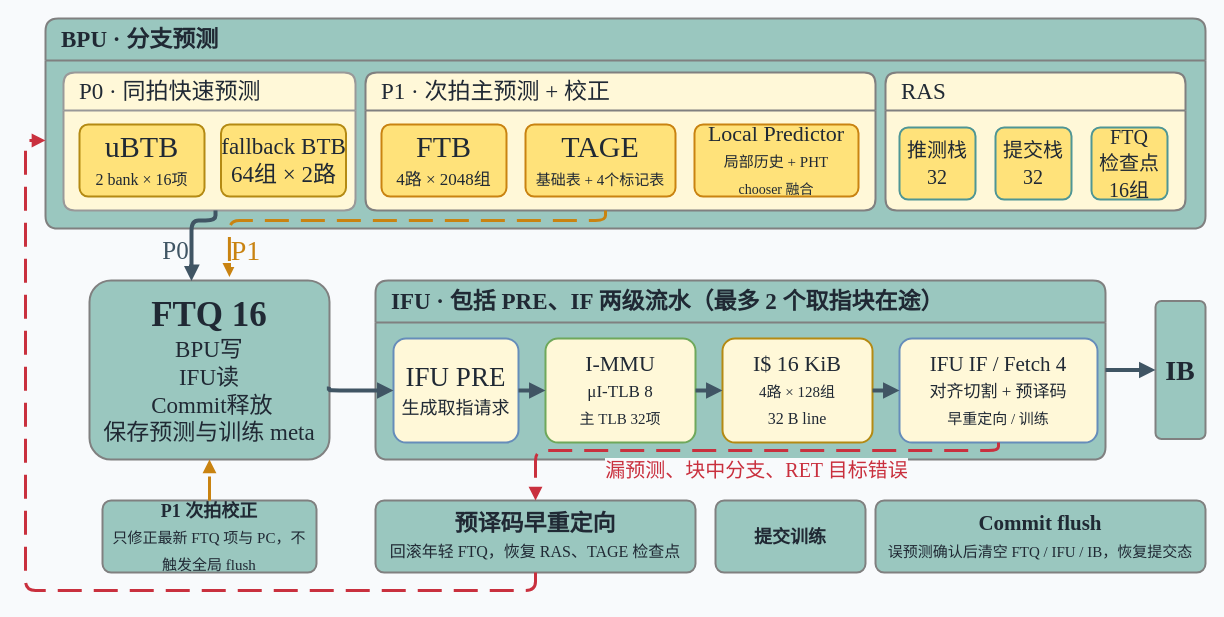
Before: assets/drawio/frontend.drawio in 26nscscc-HITSZ-PleaseTypeText/PTT-ppt, a draw.io diagram. Source tidied: cells renumbered, new cells numbered last; positions are measured from the earlier drawing's top-left corner, leaving out a move shared by most shapes. Both pictures are drawn from the tidied source at 100%, with x=0, y=0 at pixel (25, 18).
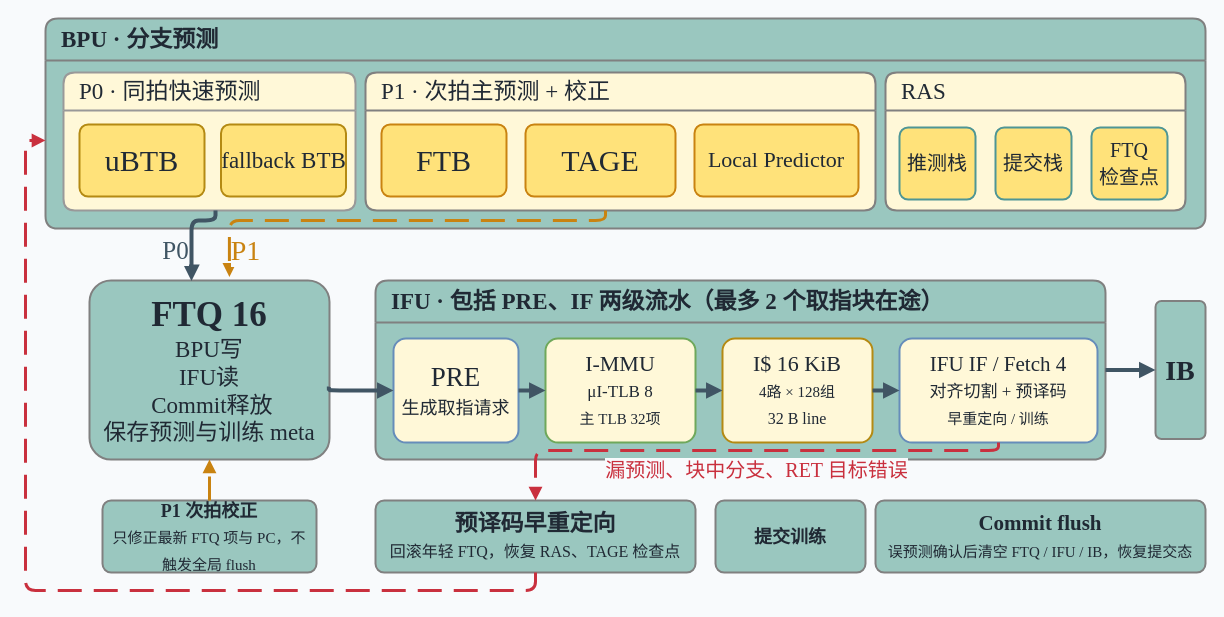
Above is the later version.

The change refers to these unchanged cells:
```xml
<mxCell id="3" value="P0 · 同拍快速预测" style="swimlane;horizontal=1;rounded=1;arcSize=10;html=1;startSize=38;fillColor=#FFF8D8;swimlaneFillColor=#FFF8D8;strokeColor=#999999;strokeWidth=2;fontColor=#202934;fontSize=23;fontFamily=Garamond;fontStyle=0;align=left;spacingLeft=14;verticalAlign=middle;gradientColor=none;" parent="2" vertex="1">
  <mxGeometry x="18" y="54" width="292" height="138" as="geometry" />
</mxCell>
<mxCell id="6" value="P1 · 次拍主预测 + 校正" style="swimlane;horizontal=1;rounded=1;arcSize=10;html=1;startSize=38;fillColor=#FFF8D8;swimlaneFillColor=#FFF8D8;strokeColor=#808080;strokeWidth=2;fontColor=#202934;fontSize=23;fontFamily=Garamond;fontStyle=0;align=left;spacingLeft=14;verticalAlign=middle;" parent="2" vertex="1">
  <mxGeometry x="320" y="54" width="510" height="138" as="geometry" />
</mxCell>
<mxCell id="10" value="RAS" style="swimlane;horizontal=1;rounded=1;arcSize=10;html=1;startSize=38;fillColor=#FFF8D8;swimlaneFillColor=#FFF8D8;strokeColor=#808080;strokeWidth=2;fontColor=#202934;fontSize=23;fontFamily=Garamond;fontStyle=0;align=left;spacingLeft=14;verticalAlign=middle;" parent="2" vertex="1">
  <mxGeometry x="840" y="54" width="300" height="138" as="geometry" />
</mxCell>
<mxCell id="15" value="&lt;b&gt;IFU · 包括 PRE、IF 两级流水（最多 2 个取指块在途）&lt;/b&gt;" style="swimlane;horizontal=1;rounded=1;arcSize=10;html=1;startSize=42;fillColor=#9AC7BF;swimlaneFillColor=#9AC7BF;strokeColor=#808080;strokeWidth=2;fontColor=#202934;fontSize=23;fontFamily=Garamond;fontStyle=0;align=left;spacingLeft=14;verticalAlign=middle;" parent="1" vertex="1">
  <mxGeometry x="350" y="262" width="730" height="179" as="geometry" />
</mxCell>
```

The edit, as a diff of the source:
```diff
@@
-    <mxCell id="4" value="&lt;div&gt;&lt;span style=&quot;&quot;&gt;&lt;font style=&quot;font-size: 30px;&quot;&gt;uBTB&lt;/font&gt;&lt;/span&gt;&lt;br&gt;&lt;span style=&quot;&quot;&gt;&lt;font style=&quot;font-size: 16px;&quot;&gt;2 bank × 16项&lt;/font&gt;&lt;/span&gt;&lt;/div&gt;" style="rounded=1;arcSize=12;whiteSpace=wrap;html=1;fillColor=#FFE27A;strokeColor=#B48A13;strokeWidth=2;fontColor=#202934;fontSize=22;fontFamily=Garamond;fontStyle=0;align=center;verticalAlign=middle;spacing=8;" parent="3" vertex="1">
+    <mxCell id="4" value="&lt;span style=&quot;&quot;&gt;&lt;font style=&quot;font-size: 30px;&quot;&gt;uBTB&lt;/font&gt;&lt;/span&gt;" style="rounded=1;arcSize=12;whiteSpace=wrap;html=1;fillColor=#FFE27A;strokeColor=#B48A13;strokeWidth=2;fontColor=#202934;fontSize=22;fontFamily=Garamond;fontStyle=0;align=center;verticalAlign=middle;spacing=8;" parent="3" vertex="1">
       <mxGeometry x="16" y="52" width="125" height="72" as="geometry" />
     </mxCell>
-    <mxCell id="5" value="&lt;div&gt;&lt;font style=&quot;font-size: 23px;&quot;&gt;&lt;span style=&quot;&quot;&gt;fallback&amp;nbsp;&lt;/span&gt;&lt;span style=&quot;background-color: transparent; color: light-dark(rgb(32, 41, 52), rgb(196, 204, 214));&quot;&gt;BTB&lt;/span&gt;&lt;/font&gt;&lt;/div&gt;&lt;div&gt;&lt;span style=&quot;&quot;&gt;&lt;font style=&quot;font-size: 23px;&quot;&gt;64组 × 2路&lt;/font&gt;&lt;/span&gt;&lt;/div&gt;" style="rounded=1;arcSize=12;whiteSpace=wrap;html=1;fillColor=#FFE27A;strokeColor=#B48A13;strokeWidth=2;fontColor=#202934;fontSize=22;fontFamily=Garamond;fontStyle=0;align=center;verticalAlign=middle;spacing=8;" parent="3" vertex="1">
+    <mxCell id="5" value="&lt;div&gt;&lt;font style=&quot;font-size: 23px;&quot;&gt;&lt;span style=&quot;&quot;&gt;fallback&amp;nbsp;&lt;/span&gt;&lt;span style=&quot;background-color: transparent; color: light-dark(rgb(32, 41, 52), rgb(196, 204, 214));&quot;&gt;BTB&lt;/span&gt;&lt;/font&gt;&lt;/div&gt;" style="rounded=1;arcSize=12;whiteSpace=wrap;html=1;fillColor=#FFE27A;strokeColor=#B48A13;strokeWidth=2;fontColor=#202934;fontSize=22;fontFamily=Garamond;fontStyle=0;align=center;verticalAlign=middle;spacing=8;" parent="3" vertex="1">
       <mxGeometry x="157.5" y="52" width="125" height="72" as="geometry" />
     </mxCell>
@@
-    <mxCell id="7" value="&lt;div&gt;&lt;span style=&quot;&quot;&gt;&lt;font style=&quot;font-size: 30px;&quot;&gt;FTB&lt;/font&gt;&lt;/span&gt;&lt;br&gt;&lt;span style=&quot;&quot;&gt;&lt;font style=&quot;font-size: 17px;&quot;&gt;4路 × 2048组&lt;/font&gt;&lt;/span&gt;&lt;/div&gt;" style="rounded=1;arcSize=12;whiteSpace=wrap;html=1;fillColor=#FFE27A;strokeColor=#C98311;strokeWidth=2;fontColor=#202934;fontSize=22;fontFamily=Garamond;fontStyle=0;align=center;verticalAlign=middle;spacing=8;" parent="6" vertex="1">
+    <mxCell id="7" value="&lt;span style=&quot;&quot;&gt;&lt;font style=&quot;font-size: 30px;&quot;&gt;FTB&lt;/font&gt;&lt;/span&gt;" style="rounded=1;arcSize=12;whiteSpace=wrap;html=1;fillColor=#FFE27A;strokeColor=#C98311;strokeWidth=2;fontColor=#202934;fontSize=22;fontFamily=Garamond;fontStyle=0;align=center;verticalAlign=middle;spacing=8;" parent="6" vertex="1">
       <mxGeometry x="16" y="52" width="125" height="72" as="geometry" />
     </mxCell>
-    <mxCell id="8" value="&lt;span style=&quot;&quot;&gt;&lt;font style=&quot;font-size: 30px;&quot;&gt;TAGE&lt;/font&gt;&lt;/span&gt;&lt;br&gt;&lt;span style=&quot;&quot;&gt;&lt;font style=&quot;font-size: 15px;&quot;&gt;基础表 + 4个标记表&lt;/font&gt;&lt;/span&gt;" style="rounded=1;arcSize=12;whiteSpace=wrap;html=1;fillColor=#FFE27A;strokeColor=#C98311;strokeWidth=2;fontColor=#202934;fontSize=22;fontFamily=Garamond;fontStyle=0;align=center;verticalAlign=middle;spacing=8;" parent="6" vertex="1">
+    <mxCell id="8" value="&lt;span style=&quot;&quot;&gt;&lt;font style=&quot;font-size: 30px;&quot;&gt;TAGE&lt;/font&gt;&lt;/span&gt;" style="rounded=1;arcSize=12;whiteSpace=wrap;html=1;fillColor=#FFE27A;strokeColor=#C98311;strokeWidth=2;fontColor=#202934;fontSize=22;fontFamily=Garamond;fontStyle=0;align=center;verticalAlign=middle;spacing=8;" parent="6" vertex="1">
       <mxGeometry x="160" y="52" width="150" height="72" as="geometry" />
     </mxCell>
-    <mxCell id="9" value="&lt;div&gt;&lt;span style=&quot;&quot;&gt;&lt;font&gt;Local Predictor&lt;/font&gt;&lt;/span&gt;&lt;br&gt;&lt;span style=&quot;font-size: 15px;&quot;&gt;局部历史 + PHT&lt;/span&gt;&lt;/div&gt;&lt;div&gt;&lt;span style=&quot;font-size: 14px;&quot;&gt;chooser 融合&lt;/span&gt;&lt;/div&gt;" style="rounded=1;arcSize=12;whiteSpace=wrap;html=1;fillColor=#FFE27A;strokeColor=#C98311;strokeWidth=2;fontColor=#202934;fontSize=22;fontFamily=Garamond;fontStyle=0;align=center;verticalAlign=middle;spacing=8;" parent="6" vertex="1">
+    <mxCell id="9" value="&lt;span style=&quot;&quot;&gt;&lt;font&gt;Local Predictor&lt;/font&gt;&lt;/span&gt;" style="rounded=1;arcSize=12;whiteSpace=wrap;html=1;fillColor=#FFE27A;strokeColor=#C98311;strokeWidth=2;fontColor=#202934;fontSize=22;fontFamily=Garamond;fontStyle=0;align=center;verticalAlign=middle;spacing=8;" parent="6" vertex="1">
       <mxGeometry x="329" y="52" width="164" height="72" as="geometry" />
     </mxCell>
@@
-    <mxCell id="11" value="&lt;div&gt;&lt;font style=&quot;font-size: 20px;&quot;&gt;&lt;span style=&quot;&quot;&gt;推测栈&lt;/span&gt;&lt;br&gt;&lt;span style=&quot;&quot;&gt;32&lt;/span&gt;&lt;/font&gt;&lt;/div&gt;" style="rounded=1;arcSize=12;whiteSpace=wrap;html=1;fillColor=#FFE27A;strokeColor=#4F9695;strokeWidth=2;fontColor=#202934;fontSize=22;fontFamily=Garamond;fontStyle=0;align=center;verticalAlign=middle;spacing=8;" parent="10" vertex="1">
+    <mxCell id="11" value="&lt;font style=&quot;font-size: 20px;&quot;&gt;&lt;span style=&quot;&quot;&gt;推测栈&lt;/span&gt;&lt;br&gt;&lt;/font&gt;" style="rounded=1;arcSize=12;whiteSpace=wrap;html=1;fillColor=#FFE27A;strokeColor=#4F9695;strokeWidth=2;fontColor=#202934;fontSize=22;fontFamily=Garamond;fontStyle=0;align=center;verticalAlign=middle;spacing=8;" parent="10" vertex="1">
       <mxGeometry x="14" y="55" width="76" height="72" as="geometry" />
     </mxCell>
-    <mxCell id="12" value="&lt;div&gt;&lt;font style=&quot;font-size: 20px;&quot;&gt;&lt;span style=&quot;&quot;&gt;提交栈&lt;/span&gt;&lt;br&gt;&lt;span style=&quot;&quot;&gt;32&lt;/span&gt;&lt;/font&gt;&lt;/div&gt;" style="rounded=1;arcSize=12;whiteSpace=wrap;html=1;fillColor=#FFE27A;strokeColor=#4F9695;strokeWidth=2;fontColor=#202934;fontSize=22;fontFamily=Garamond;fontStyle=0;align=center;verticalAlign=middle;spacing=8;" parent="10" vertex="1">
+    <mxCell id="12" value="&lt;font style=&quot;font-size: 20px;&quot;&gt;&lt;span style=&quot;&quot;&gt;提交栈&lt;/span&gt;&lt;br&gt;&lt;/font&gt;" style="rounded=1;arcSize=12;whiteSpace=wrap;html=1;fillColor=#FFE27A;strokeColor=#4F9695;strokeWidth=2;fontColor=#202934;fontSize=22;fontFamily=Garamond;fontStyle=0;align=center;verticalAlign=middle;spacing=8;" parent="10" vertex="1">
       <mxGeometry x="110" y="55" width="76" height="72" as="geometry" />
     </mxCell>
-    <mxCell id="13" value="&lt;div&gt;&lt;font style=&quot;font-size: 20px;&quot;&gt;&lt;span style=&quot;&quot;&gt;FTQ&lt;/span&gt;&lt;br&gt;&lt;span style=&quot;&quot;&gt;检查点 16组&lt;/span&gt;&lt;/font&gt;&lt;/div&gt;" style="rounded=1;arcSize=12;whiteSpace=wrap;html=1;fillColor=#FFE27A;strokeColor=#4F9695;strokeWidth=2;fontColor=#202934;fontSize=22;fontFamily=Garamond;fontStyle=0;align=center;verticalAlign=middle;spacing=8;" parent="10" vertex="1">
+    <mxCell id="13" value="&lt;div&gt;&lt;font style=&quot;font-size: 20px;&quot;&gt;&lt;span style=&quot;&quot;&gt;FTQ&lt;/span&gt;&lt;br&gt;&lt;span style=&quot;&quot;&gt;检查点&lt;/span&gt;&lt;/font&gt;&lt;/div&gt;" style="rounded=1;arcSize=12;whiteSpace=wrap;html=1;fillColor=#FFE27A;strokeColor=#4F9695;strokeWidth=2;fontColor=#202934;fontSize=22;fontFamily=Garamond;fontStyle=0;align=center;verticalAlign=middle;spacing=8;" parent="10" vertex="1">
       <mxGeometry x="206" y="55" width="76" height="72" as="geometry" />
     </mxCell>
@@
-    <mxCell id="16" value="&lt;div&gt;&lt;span style=&quot;&quot;&gt;&lt;font style=&quot;font-size: 27px;&quot;&gt;IFU PRE&lt;/font&gt;&lt;/span&gt;&lt;br&gt;&lt;span style=&quot;&quot;&gt;&lt;font style=&quot;font-size: 18px;&quot;&gt;生成取指请求&lt;/font&gt;&lt;/span&gt;&lt;/div&gt;" style="rounded=1;arcSize=12;whiteSpace=wrap;html=1;fillColor=#FFF8D8;strokeColor=#668DBA;strokeWidth=2;fontColor=#202934;fontSize=22;fontFamily=Garamond;fontStyle=0;align=center;verticalAlign=middle;spacing=8;" parent="15" vertex="1">
+    <mxCell id="16" value="&lt;div&gt;&lt;span style=&quot;&quot;&gt;&lt;font style=&quot;font-size: 27px;&quot;&gt;PRE&lt;/font&gt;&lt;/span&gt;&lt;br&gt;&lt;span style=&quot;&quot;&gt;&lt;font style=&quot;font-size: 18px;&quot;&gt;生成取指请求&lt;/font&gt;&lt;/span&gt;&lt;/div&gt;" style="rounded=1;arcSize=12;whiteSpace=wrap;html=1;fillColor=#FFF8D8;strokeColor=#668DBA;strokeWidth=2;fontColor=#202934;fontSize=22;fontFamily=Garamond;fontStyle=0;align=center;verticalAlign=middle;spacing=8;" parent="15" vertex="1">
       <mxGeometry x="18" y="58" width="125" height="104" as="geometry" />
     </mxCell>
```
